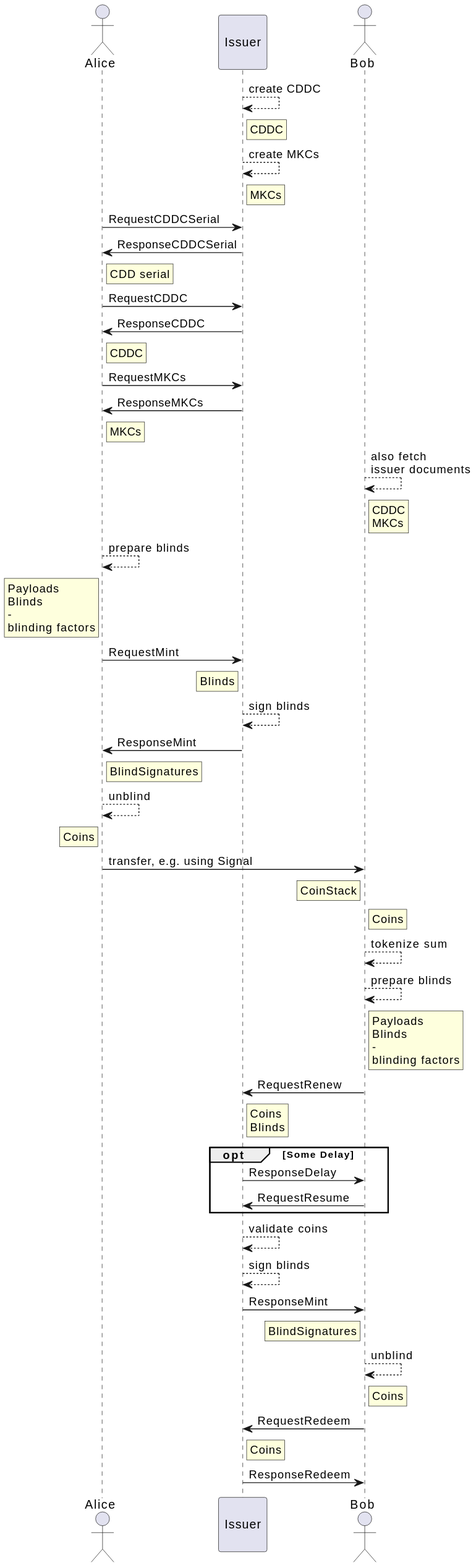
The PlantUML diagram v4/docs/sequence.svg in OpenCoin/opencoin-playground, before a commit.
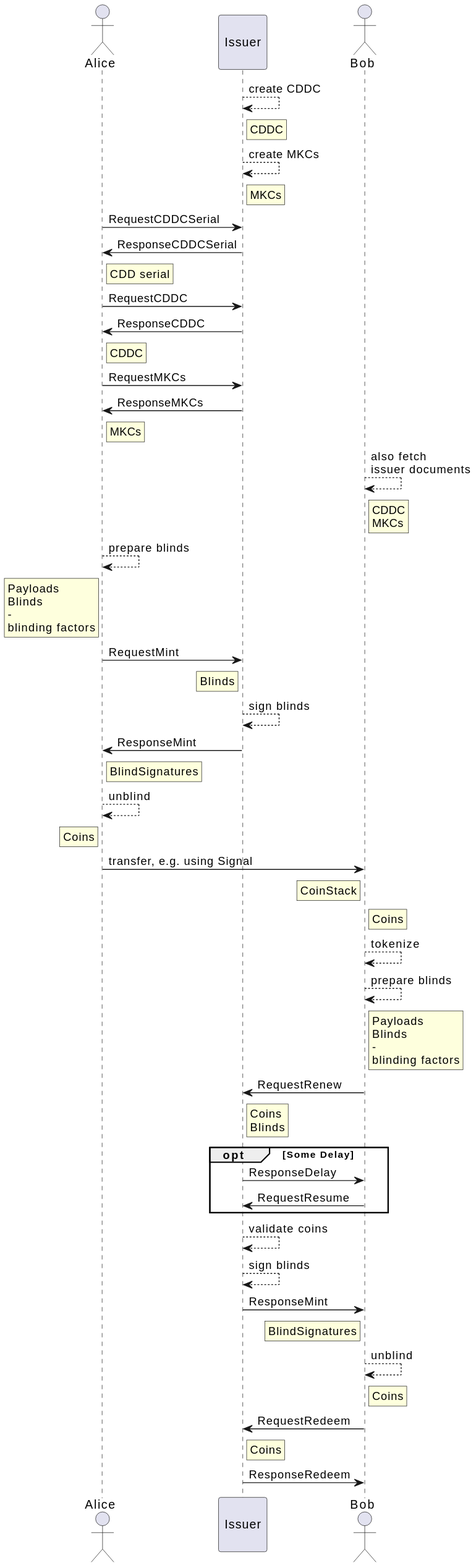
Later version of the same file.

What changed in the source:
```diff
@@ -44,7 +44,7 @@
 rnote left of bob: CoinStack
 rnote right of bob: Coins
 
-bob --> bob: tokenize sum
+bob --> bob: tokenize
 
 bob --> bob: prepare blinds
 rnote right of bob: Payloads\nBlinds\n-\nblinding factors
```
